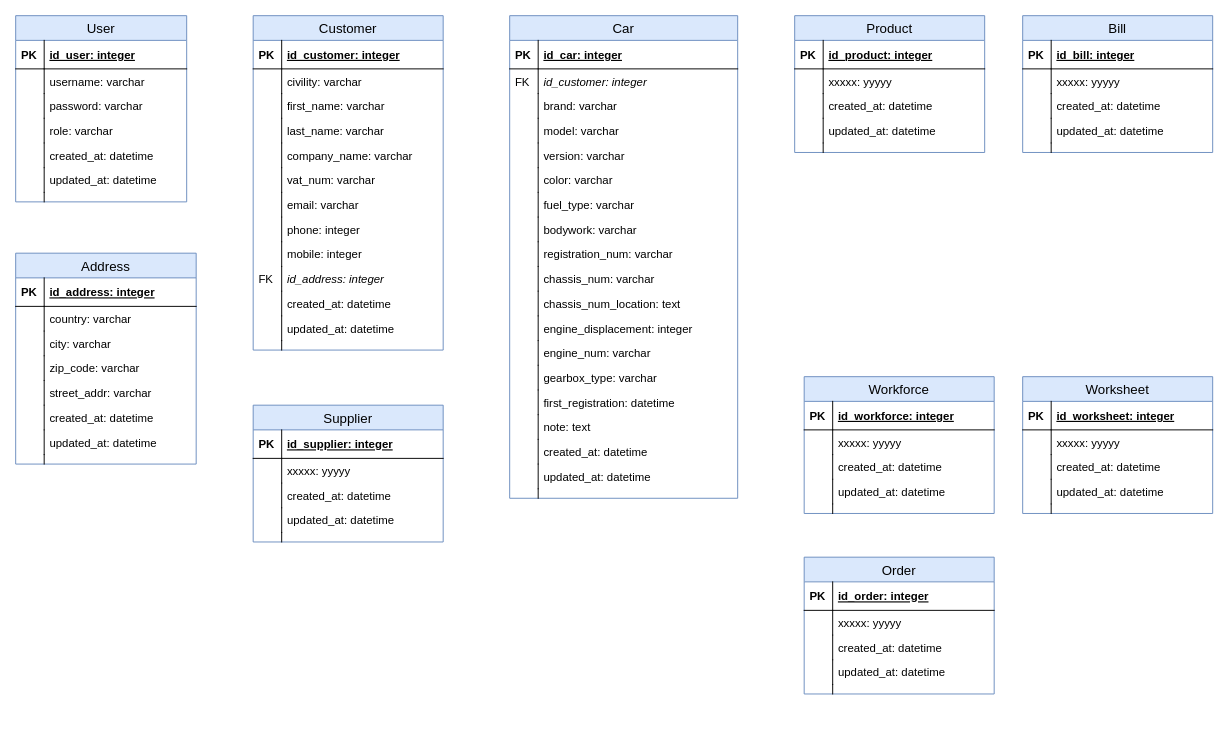
Above: docs/database/slg_db_rel.drawio in MMichotte/SLG_APP (draw.io), before the change. Source tidied: cells renumbered, new cells numbered last; positions are measured from the earlier drawing's top-left corner, leaving out a move shared by most shapes. Both pictures are drawn from the tidied source at 95%, with x=0, y=0 at pixel (15, 15).
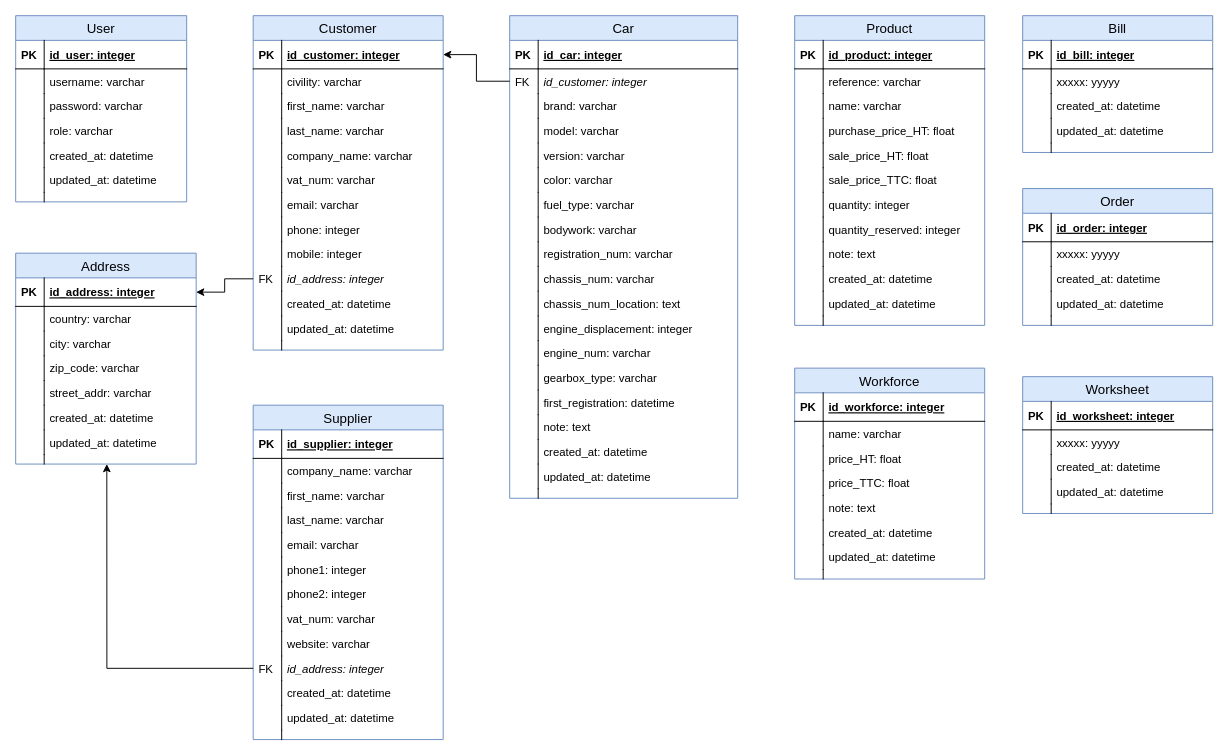
The same diagram, later.

Unchanged cells that the change refers to:
```xml
<mxCell id="20" value="id_customer: integer" style="shape=partialRectangle;top=0;left=0;right=0;bottom=0;align=left;verticalAlign=top;fillColor=none;spacingLeft=34;spacingRight=4;overflow=hidden;points=[[0,0.5],[1,0.5]];portConstraint=eastwest;fontSize=12;fontStyle=2;" parent="17" vertex="1">
  <mxGeometry y="56" width="240" height="26" as="geometry" />
</mxCell>
<mxCell id="57" value="id_customer: integer" style="shape=partialRectangle;top=0;left=0;right=0;bottom=1;align=left;verticalAlign=middle;fillColor=none;spacingLeft=34;spacingRight=4;overflow=hidden;points=[[0,0.5],[1,0.5]];portConstraint=eastwest;fontStyle=5;fontSize=12;" parent="56" vertex="1">
  <mxGeometry y="26" width="200" height="30" as="geometry" />
</mxCell>
<mxCell id="75" value="id_address: integer" style="shape=partialRectangle;top=0;left=0;right=0;bottom=0;align=left;verticalAlign=top;fillColor=none;spacingLeft=34;spacingRight=4;overflow=hidden;points=[[0,0.5],[1,0.5]];portConstraint=eastwest;fontSize=12;fontStyle=2;" parent="56" vertex="1">
  <mxGeometry y="264" width="200" height="26" as="geometry" />
</mxCell>
<mxCell id="84" value="id_address: integer" style="shape=partialRectangle;top=0;left=0;right=0;bottom=1;align=left;verticalAlign=middle;fillColor=none;spacingLeft=34;spacingRight=4;overflow=hidden;points=[[0,0.5],[1,0.5]];portConstraint=eastwest;fontStyle=5;fontSize=12;" parent="83" vertex="1">
  <mxGeometry y="26" width="190" height="30" as="geometry" />
</mxCell>
<mxCell id="98" style="shape=partialRectangle;top=0;left=0;right=0;bottom=0;align=left;verticalAlign=top;fillColor=none;spacingLeft=34;spacingRight=4;overflow=hidden;points=[[0,0.5],[1,0.5]];portConstraint=eastwest;fontSize=12;" parent="83" vertex="1">
  <mxGeometry y="212" width="190" height="10" as="geometry" />
</mxCell>
```

The edit, as a diff of the source:
```diff
@@
     <mxCell id="100" value="Product" style="swimlane;fontStyle=0;horizontal=1;startSize=26;fillColor=#dae8fc;swimlaneFillColor=#ffffff;align=center;fontSize=14;html=0;strokeColor=#6c8ebf;" parent="1" vertex="1">
-      <mxGeometry x="820" width="200" height="144" as="geometry" />
+      <mxGeometry x="820" width="200" height="326" as="geometry" />
     </mxCell>
@@
-    <mxCell id="103" value="xxxxx: yyyyy" style="shape=partialRectangle;top=0;left=0;right=0;bottom=0;align=left;verticalAlign=top;fillColor=none;spacingLeft=34;spacingRight=4;overflow=hidden;fontSize=12;" parent="100" vertex="1">
+    <mxCell id="103" value="reference: varchar" style="shape=partialRectangle;top=0;left=0;right=0;bottom=0;align=left;verticalAlign=top;fillColor=none;spacingLeft=34;spacingRight=4;overflow=hidden;fontSize=12;" parent="100" vertex="1">
       <mxGeometry y="56" width="200" height="26" as="geometry" />
     </mxCell>
@@
+    <mxCell id="166" value="name: varchar" style="shape=partialRectangle;top=0;left=0;right=0;bottom=0;align=left;verticalAlign=top;fillColor=none;spacingLeft=34;spacingRight=4;overflow=hidden;fontSize=12;" parent="100" vertex="1">
+      <mxGeometry y="82" width="200" height="26" as="geometry" />
+    </mxCell>
+    <mxCell id="167" style="shape=partialRectangle;top=0;left=0;bottom=0;fillColor=none;align=left;verticalAlign=top;spacingLeft=4;spacingRight=4;overflow=hidden;fontSize=12;" parent="166" vertex="1">
+      <mxGeometry width="30" height="26" as="geometry" />
+    </mxCell>
+    <mxCell id="168" value="purchase_price_HT: float" style="shape=partialRectangle;top=0;left=0;right=0;bottom=0;align=left;verticalAlign=top;fillColor=none;spacingLeft=34;spacingRight=4;overflow=hidden;fontSize=12;" parent="100" vertex="1">
+      <mxGeometry y="108" width="200" height="26" as="geometry" />
+    </mxCell>
+    <mxCell id="169" style="shape=partialRectangle;top=0;left=0;bottom=0;fillColor=none;align=left;verticalAlign=top;spacingLeft=4;spacingRight=4;overflow=hidden;fontSize=12;" parent="168" vertex="1">
+      <mxGeometry width="30" height="26" as="geometry" />
+    </mxCell>
+    <mxCell id="170" value="sale_price_HT: float" style="shape=partialRectangle;top=0;left=0;right=0;bottom=0;align=left;verticalAlign=top;fillColor=none;spacingLeft=34;spacingRight=4;overflow=hidden;fontSize=12;" parent="100" vertex="1">
+      <mxGeometry y="134" width="200" height="26" as="geometry" />
+    </mxCell>
+    <mxCell id="171" style="shape=partialRectangle;top=0;left=0;bottom=0;fillColor=none;align=left;verticalAlign=top;spacingLeft=4;spacingRight=4;overflow=hidden;fontSize=12;" parent="170" vertex="1">
+      <mxGeometry width="30" height="26" as="geometry" />
+    </mxCell>
+    <mxCell id="172" value="sale_price_TTC: float" style="shape=partialRectangle;top=0;left=0;right=0;bottom=0;align=left;verticalAlign=top;fillColor=none;spacingLeft=34;spacingRight=4;overflow=hidden;fontSize=12;" parent="100" vertex="1">
+      <mxGeometry y="160" width="200" height="26" as="geometry" />
+    </mxCell>
+    <mxCell id="173" style="shape=partialRectangle;top=0;left=0;bottom=0;fillColor=none;align=left;verticalAlign=top;spacingLeft=4;spacingRight=4;overflow=hidden;fontSize=12;" parent="172" vertex="1">
+      <mxGeometry width="30" height="26" as="geometry" />
+    </mxCell>
+    <mxCell id="174" value="quantity: integer" style="shape=partialRectangle;top=0;left=0;right=0;bottom=0;align=left;verticalAlign=top;fillColor=none;spacingLeft=34;spacingRight=4;overflow=hidden;fontSize=12;" parent="100" vertex="1">
+      <mxGeometry y="186" width="200" height="26" as="geometry" />
+    </mxCell>
+    <mxCell id="175" style="shape=partialRectangle;top=0;left=0;bottom=0;fillColor=none;align=left;verticalAlign=top;spacingLeft=4;spacingRight=4;overflow=hidden;fontSize=12;" parent="174" vertex="1">
+      <mxGeometry width="30" height="26" as="geometry" />
+    </mxCell>
+    <mxCell id="176" value="quantity_reserved: integer" style="shape=partialRectangle;top=0;left=0;right=0;bottom=0;align=left;verticalAlign=top;fillColor=none;spacingLeft=34;spacingRight=4;overflow=hidden;fontSize=12;" parent="100" vertex="1">
+      <mxGeometry y="212" width="200" height="26" as="geometry" />
+    </mxCell>
+    <mxCell id="177" style="shape=partialRectangle;top=0;left=0;bottom=0;fillColor=none;align=left;verticalAlign=top;spacingLeft=4;spacingRight=4;overflow=hidden;fontSize=12;" parent="176" vertex="1">
+      <mxGeometry width="30" height="26" as="geometry" />
+    </mxCell>
+    <mxCell id="178" value="note: text" style="shape=partialRectangle;top=0;left=0;right=0;bottom=0;align=left;verticalAlign=top;fillColor=none;spacingLeft=34;spacingRight=4;overflow=hidden;fontSize=12;" parent="100" vertex="1">
+      <mxGeometry y="238" width="200" height="26" as="geometry" />
+    </mxCell>
+    <mxCell id="179" style="shape=partialRectangle;top=0;left=0;bottom=0;fillColor=none;align=left;verticalAlign=top;spacingLeft=4;spacingRight=4;overflow=hidden;fontSize=12;" parent="178" vertex="1">
+      <mxGeometry width="30" height="26" as="geometry" />
+    </mxCell>
     <mxCell id="105" value="created_at: datetime" style="shape=partialRectangle;top=0;left=0;right=0;bottom=0;align=left;verticalAlign=top;fillColor=none;spacingLeft=34;spacingRight=4;overflow=hidden;fontSize=12;" parent="100" vertex="1">
-      <mxGeometry y="82" width="200" height="26" as="geometry" />
+      <mxGeometry y="264" width="200" height="26" as="geometry" />
     </mxCell>
@@
     <mxCell id="107" value="updated_at: datetime" style="shape=partialRectangle;top=0;left=0;right=0;bottom=0;align=left;verticalAlign=top;fillColor=none;spacingLeft=34;spacingRight=4;overflow=hidden;fontSize=12;" parent="100" vertex="1">
-      <mxGeometry y="108" width="200" height="26" as="geometry" />
+      <mxGeometry y="290" width="200" height="26" as="geometry" />
     </mxCell>
@@
     <mxCell id="109" style="shape=partialRectangle;top=0;left=0;right=0;bottom=0;align=left;verticalAlign=top;fillColor=none;spacingLeft=34;spacingRight=4;overflow=hidden;fontSize=12;" parent="100" vertex="1">
-      <mxGeometry y="134" width="200" height="10" as="geometry" />
+      <mxGeometry y="316" width="200" height="10" as="geometry" />
     </mxCell>
@@
     <mxCell id="111" value="Workforce" style="swimlane;fontStyle=0;horizontal=1;startSize=26;fillColor=#dae8fc;swimlaneFillColor=#ffffff;align=center;fontSize=14;html=0;strokeColor=#6c8ebf;" parent="1" vertex="1">
-      <mxGeometry x="830" y="380" width="200" height="144" as="geometry" />
+      <mxGeometry x="820" y="371" width="200" height="222" as="geometry" />
     </mxCell>
@@
-    <mxCell id="114" value="xxxxx: yyyyy" style="shape=partialRectangle;top=0;left=0;right=0;bottom=0;align=left;verticalAlign=top;fillColor=none;spacingLeft=34;spacingRight=4;overflow=hidden;fontSize=12;" parent="111" vertex="1">
+    <mxCell id="114" value="name: varchar" style="shape=partialRectangle;top=0;left=0;right=0;bottom=0;align=left;verticalAlign=top;fillColor=none;spacingLeft=34;spacingRight=4;overflow=hidden;fontSize=12;" parent="111" vertex="1">
       <mxGeometry y="56" width="200" height="26" as="geometry" />
     </mxCell>
@@
+    <mxCell id="180" value="price_HT: float" style="shape=partialRectangle;top=0;left=0;right=0;bottom=0;align=left;verticalAlign=top;fillColor=none;spacingLeft=34;spacingRight=4;overflow=hidden;fontSize=12;" parent="111" vertex="1">
+      <mxGeometry y="82" width="200" height="26" as="geometry" />
+    </mxCell>
+    <mxCell id="181" style="shape=partialRectangle;top=0;left=0;bottom=0;fillColor=none;align=left;verticalAlign=top;spacingLeft=4;spacingRight=4;overflow=hidden;fontSize=12;" parent="180" vertex="1">
+      <mxGeometry width="30" height="26" as="geometry" />
+    </mxCell>
+    <mxCell id="182" value="price_TTC: float" style="shape=partialRectangle;top=0;left=0;right=0;bottom=0;align=left;verticalAlign=top;fillColor=none;spacingLeft=34;spacingRight=4;overflow=hidden;fontSize=12;" parent="111" vertex="1">
+      <mxGeometry y="108" width="200" height="26" as="geometry" />
+    </mxCell>
+    <mxCell id="183" style="shape=partialRectangle;top=0;left=0;bottom=0;fillColor=none;align=left;verticalAlign=top;spacingLeft=4;spacingRight=4;overflow=hidden;fontSize=12;" parent="182" vertex="1">
+      <mxGeometry width="30" height="26" as="geometry" />
+    </mxCell>
+    <mxCell id="184" value="note: text" style="shape=partialRectangle;top=0;left=0;right=0;bottom=0;align=left;verticalAlign=top;fillColor=none;spacingLeft=34;spacingRight=4;overflow=hidden;fontSize=12;" parent="111" vertex="1">
+      <mxGeometry y="134" width="200" height="26" as="geometry" />
+    </mxCell>
+    <mxCell id="185" style="shape=partialRectangle;top=0;left=0;bottom=0;fillColor=none;align=left;verticalAlign=top;spacingLeft=4;spacingRight=4;overflow=hidden;fontSize=12;" parent="184" vertex="1">
+      <mxGeometry width="30" height="26" as="geometry" />
+    </mxCell>
     <mxCell id="116" value="created_at: datetime" style="shape=partialRectangle;top=0;left=0;right=0;bottom=0;align=left;verticalAlign=top;fillColor=none;spacingLeft=34;spacingRight=4;overflow=hidden;fontSize=12;" parent="111" vertex="1">
-      <mxGeometry y="82" width="200" height="26" as="geometry" />
+      <mxGeometry y="160" width="200" height="26" as="geometry" />
     </mxCell>
@@
     <mxCell id="118" value="updated_at: datetime" style="shape=partialRectangle;top=0;left=0;right=0;bottom=0;align=left;verticalAlign=top;fillColor=none;spacingLeft=34;spacingRight=4;overflow=hidden;fontSize=12;" parent="111" vertex="1">
-      <mxGeometry y="108" width="200" height="26" as="geometry" />
+      <mxGeometry y="186" width="200" height="26" as="geometry" />
     </mxCell>
@@
     <mxCell id="120" style="shape=partialRectangle;top=0;left=0;right=0;bottom=0;align=left;verticalAlign=top;fillColor=none;spacingLeft=34;spacingRight=4;overflow=hidden;fontSize=12;" parent="111" vertex="1">
-      <mxGeometry y="134" width="200" height="10" as="geometry" />
+      <mxGeometry y="212" width="200" height="10" as="geometry" />
     </mxCell>
@@
     <mxCell id="133" value="Order" style="swimlane;fontStyle=0;horizontal=1;startSize=26;fillColor=#dae8fc;swimlaneFillColor=#ffffff;align=center;fontSize=14;html=0;strokeColor=#6c8ebf;" parent="1" vertex="1">
-      <mxGeometry x="830" y="570" width="200" height="144" as="geometry" />
+      <mxGeometry x="1060" y="182" width="200" height="144" as="geometry" />
     </mxCell>
@@
     <mxCell id="144" value="Supplier" style="swimlane;fontStyle=0;horizontal=1;startSize=26;fillColor=#dae8fc;swimlaneFillColor=#ffffff;align=center;fontSize=14;html=0;strokeColor=#6c8ebf;" parent="1" vertex="1">
-      <mxGeometry x="250" y="410" width="200" height="144" as="geometry" />
+      <mxGeometry x="250" y="410" width="200" height="352" as="geometry" />
     </mxCell>
@@
-    <mxCell id="147" value="xxxxx: yyyyy" style="shape=partialRectangle;top=0;left=0;right=0;bottom=0;align=left;verticalAlign=top;fillColor=none;spacingLeft=34;spacingRight=4;overflow=hidden;fontSize=12;" parent="144" vertex="1">
+    <mxCell id="147" value="company_name: varchar" style="shape=partialRectangle;top=0;left=0;right=0;bottom=0;align=left;verticalAlign=top;fillColor=none;spacingLeft=34;spacingRight=4;overflow=hidden;fontSize=12;" parent="144" vertex="1">
       <mxGeometry y="56" width="200" height="26" as="geometry" />
     </mxCell>
@@
+    <mxCell id="186" value="first_name: varchar" style="shape=partialRectangle;top=0;left=0;right=0;bottom=0;align=left;verticalAlign=top;fillColor=none;spacingLeft=34;spacingRight=4;overflow=hidden;fontSize=12;" parent="144" vertex="1">
+      <mxGeometry y="82" width="200" height="26" as="geometry" />
+    </mxCell>
+    <mxCell id="187" style="shape=partialRectangle;top=0;left=0;bottom=0;fillColor=none;align=left;verticalAlign=top;spacingLeft=4;spacingRight=4;overflow=hidden;fontSize=12;" parent="186" vertex="1">
+      <mxGeometry width="30" height="26" as="geometry" />
+    </mxCell>
+    <mxCell id="188" value="last_name: varchar" style="shape=partialRectangle;top=0;left=0;right=0;bottom=0;align=left;verticalAlign=top;fillColor=none;spacingLeft=34;spacingRight=4;overflow=hidden;fontSize=12;" parent="144" vertex="1">
+      <mxGeometry y="108" width="200" height="26" as="geometry" />
+    </mxCell>
+    <mxCell id="189" style="shape=partialRectangle;top=0;left=0;bottom=0;fillColor=none;align=left;verticalAlign=top;spacingLeft=4;spacingRight=4;overflow=hidden;fontSize=12;" parent="188" vertex="1">
+      <mxGeometry width="30" height="26" as="geometry" />
+    </mxCell>
+    <mxCell id="190" value="email: varchar" style="shape=partialRectangle;top=0;left=0;right=0;bottom=0;align=left;verticalAlign=top;fillColor=none;spacingLeft=34;spacingRight=4;overflow=hidden;fontSize=12;" parent="144" vertex="1">
+      <mxGeometry y="134" width="200" height="26" as="geometry" />
+    </mxCell>
+    <mxCell id="191" style="shape=partialRectangle;top=0;left=0;bottom=0;fillColor=none;align=left;verticalAlign=top;spacingLeft=4;spacingRight=4;overflow=hidden;fontSize=12;" parent="190" vertex="1">
+      <mxGeometry width="30" height="26" as="geometry" />
+    </mxCell>
+    <mxCell id="192" value="phone1: integer" style="shape=partialRectangle;top=0;left=0;right=0;bottom=0;align=left;verticalAlign=top;fillColor=none;spacingLeft=34;spacingRight=4;overflow=hidden;fontSize=12;" parent="144" vertex="1">
+      <mxGeometry y="160" width="200" height="26" as="geometry" />
+    </mxCell>
+    <mxCell id="193" style="shape=partialRectangle;top=0;left=0;bottom=0;fillColor=none;align=left;verticalAlign=top;spacingLeft=4;spacingRight=4;overflow=hidden;fontSize=12;" parent="192" vertex="1">
+      <mxGeometry width="30" height="26" as="geometry" />
+    </mxCell>
+    <mxCell id="194" value="phone2: integer" style="shape=partialRectangle;top=0;left=0;right=0;bottom=0;align=left;verticalAlign=top;fillColor=none;spacingLeft=34;spacingRight=4;overflow=hidden;fontSize=12;" parent="144" vertex="1">
+      <mxGeometry y="186" width="200" height="26" as="geometry" />
+    </mxCell>
+    <mxCell id="195" style="shape=partialRectangle;top=0;left=0;bottom=0;fillColor=none;align=left;verticalAlign=top;spacingLeft=4;spacingRight=4;overflow=hidden;fontSize=12;" parent="194" vertex="1">
+      <mxGeometry width="30" height="26" as="geometry" />
+    </mxCell>
+    <mxCell id="196" value="vat_num: varchar" style="shape=partialRectangle;top=0;left=0;right=0;bottom=0;align=left;verticalAlign=top;fillColor=none;spacingLeft=34;spacingRight=4;overflow=hidden;fontSize=12;" parent="144" vertex="1">
+      <mxGeometry y="212" width="200" height="26" as="geometry" />
+    </mxCell>
+    <mxCell id="197" style="shape=partialRectangle;top=0;left=0;bottom=0;fillColor=none;align=left;verticalAlign=top;spacingLeft=4;spacingRight=4;overflow=hidden;fontSize=12;" parent="196" vertex="1">
+      <mxGeometry width="30" height="26" as="geometry" />
+    </mxCell>
+    <mxCell id="198" value="website: varchar" style="shape=partialRectangle;top=0;left=0;right=0;bottom=0;align=left;verticalAlign=top;fillColor=none;spacingLeft=34;spacingRight=4;overflow=hidden;fontSize=12;" parent="144" vertex="1">
+      <mxGeometry y="238" width="200" height="26" as="geometry" />
+    </mxCell>
+    <mxCell id="199" style="shape=partialRectangle;top=0;left=0;bottom=0;fillColor=none;align=left;verticalAlign=top;spacingLeft=4;spacingRight=4;overflow=hidden;fontSize=12;" parent="198" vertex="1">
+      <mxGeometry width="30" height="26" as="geometry" />
+    </mxCell>
+    <mxCell id="200" value="id_address: integer" style="shape=partialRectangle;top=0;left=0;right=0;bottom=0;align=left;verticalAlign=top;fillColor=none;spacingLeft=34;spacingRight=4;overflow=hidden;points=[[0,0.5],[1,0.5]];portConstraint=eastwest;fontSize=12;fontStyle=2;" parent="144" vertex="1">
+      <mxGeometry y="264" width="200" height="26" as="geometry" />
+    </mxCell>
+    <mxCell id="201" value="FK" style="shape=partialRectangle;top=0;left=0;bottom=0;fillColor=none;align=left;verticalAlign=top;spacingLeft=4;spacingRight=4;overflow=hidden;fontSize=12;" parent="200" vertex="1">
+      <mxGeometry width="30" height="26" as="geometry" />
+    </mxCell>
     <mxCell id="149" value="created_at: datetime" style="shape=partialRectangle;top=0;left=0;right=0;bottom=0;align=left;verticalAlign=top;fillColor=none;spacingLeft=34;spacingRight=4;overflow=hidden;fontSize=12;" parent="144" vertex="1">
-      <mxGeometry y="82" width="200" height="26" as="geometry" />
+      <mxGeometry y="290" width="200" height="26" as="geometry" />
     </mxCell>
@@
     <mxCell id="151" value="updated_at: datetime" style="shape=partialRectangle;top=0;left=0;right=0;bottom=0;align=left;verticalAlign=top;fillColor=none;spacingLeft=34;spacingRight=4;overflow=hidden;fontSize=12;" parent="144" vertex="1">
-      <mxGeometry y="108" width="200" height="26" as="geometry" />
+      <mxGeometry y="316" width="200" height="26" as="geometry" />
     </mxCell>
@@
     <mxCell id="153" style="shape=partialRectangle;top=0;left=0;right=0;bottom=0;align=left;verticalAlign=top;fillColor=none;spacingLeft=34;spacingRight=4;overflow=hidden;fontSize=12;" parent="144" vertex="1">
-      <mxGeometry y="134" width="200" height="10" as="geometry" />
+      <mxGeometry y="342" width="200" height="10" as="geometry" />
     </mxCell>
@@
+    <mxCell id="202" style="edgeStyle=orthogonalEdgeStyle;rounded=0;jettySize=auto;html=1;" parent="1" edge="1" source="75" target="84">
+      <mxGeometry relative="1" as="geometry" />
+    </mxCell>
+    <mxCell id="203" style="edgeStyle=orthogonalEdgeStyle;rounded=0;jettySize=auto;html=1;entryX=0.505;entryY=1;entryDx=0;entryDy=0;entryPerimeter=0;" parent="1" edge="1" source="200" target="98">
+      <mxGeometry relative="1" as="geometry" />
+    </mxCell>
+    <mxCell id="204" style="edgeStyle=orthogonalEdgeStyle;rounded=0;jettySize=auto;html=1;entryX=1;entryY=0.5;entryDx=0;entryDy=0;" parent="1" edge="1" source="20" target="57">
+      <mxGeometry relative="1" as="geometry" />
+    </mxCell>
```
